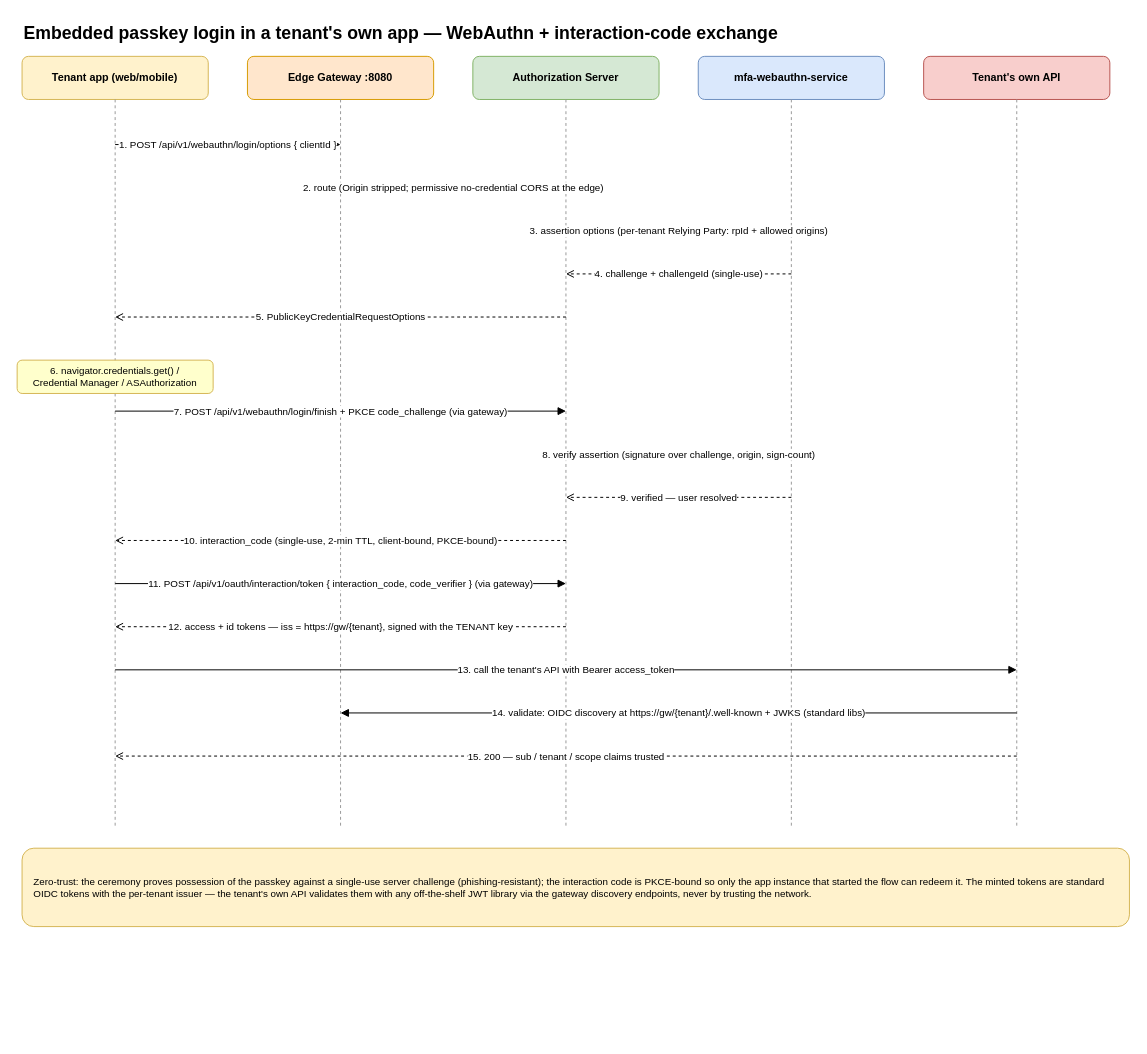
AegisIdentity/aegis-platform-docs keeps this draw.io diagram as architecture/diagrams/seq-embedded-passkey.drawio. Above is the earlier version. Source tidied: cells renumbered, new cells numbered last; positions are measured from the earlier drawing's top-left corner, leaving out a move shared by most shapes. Both pictures are drawn from the tidied source at 98%, with x=0, y=0 at pixel (17, 17).
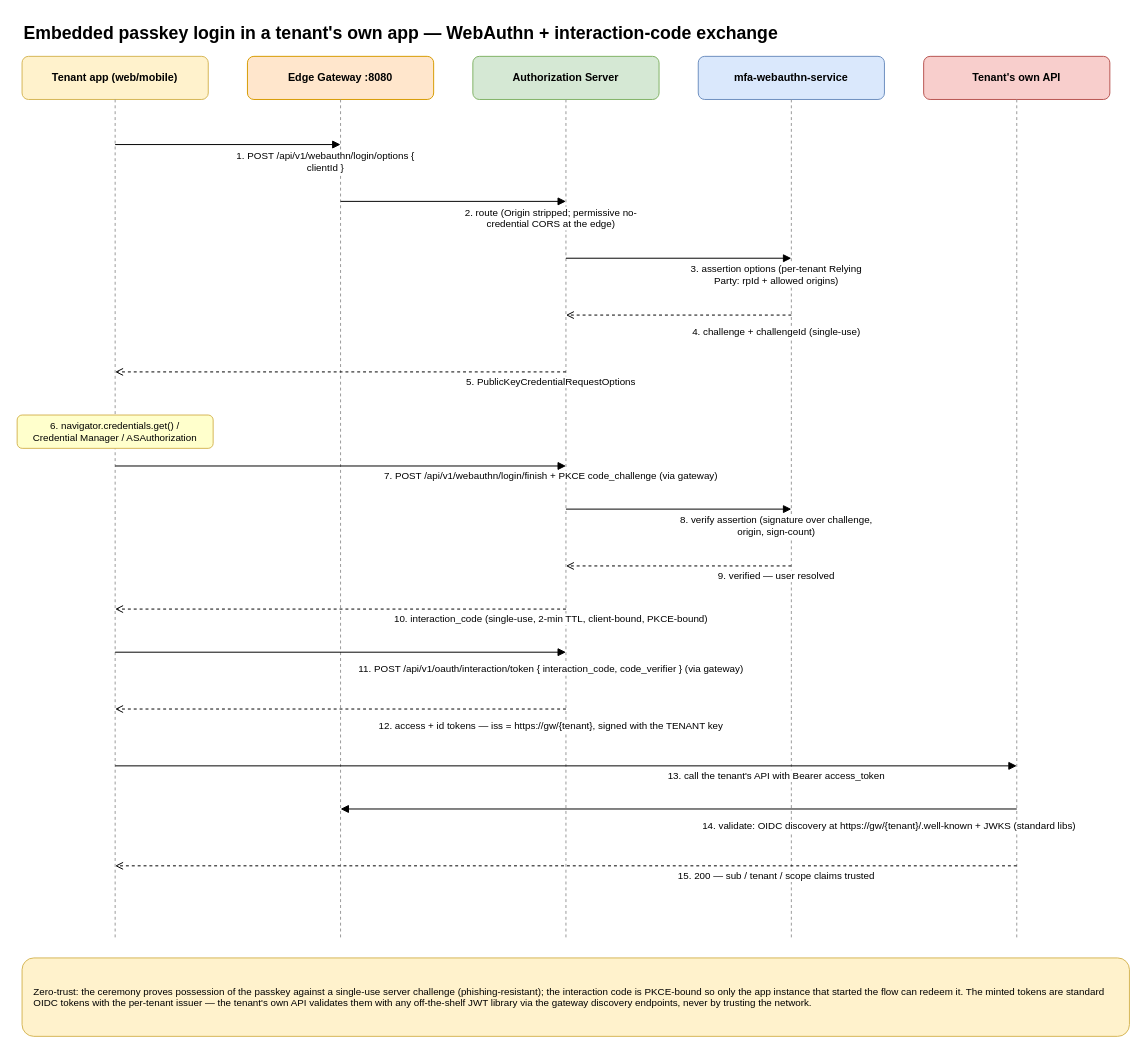
The same diagram, later.

The edit, as a diff of the source:
```diff
@@
     <mxCell id="4" style="endArrow=none;dashed=1;html=1;strokeColor=#999999;" parent="1" edge="1">
       <mxGeometry relative="1" as="geometry">
         <mxPoint x="100" y="84" as="sourcePoint" />
-        <mxPoint x="100" y="828" as="targetPoint" />
+        <mxPoint x="100" y="940" as="targetPoint" />
       </mxGeometry>
     </mxCell>
@@
     <mxCell id="6" style="endArrow=none;dashed=1;html=1;strokeColor=#999999;" parent="1" edge="1">
       <mxGeometry relative="1" as="geometry">
         <mxPoint x="330" y="84" as="sourcePoint" />
-        <mxPoint x="330" y="828" as="targetPoint" />
+        <mxPoint x="330" y="940" as="targetPoint" />
       </mxGeometry>
     </mxCell>
@@
     <mxCell id="8" style="endArrow=none;dashed=1;html=1;strokeColor=#999999;" parent="1" edge="1">
       <mxGeometry relative="1" as="geometry">
         <mxPoint x="560" y="84" as="sourcePoint" />
-        <mxPoint x="560" y="828" as="targetPoint" />
+        <mxPoint x="560" y="940" as="targetPoint" />
       </mxGeometry>
     </mxCell>
@@
     <mxCell id="10" style="endArrow=none;dashed=1;html=1;strokeColor=#999999;" parent="1" edge="1">
       <mxGeometry relative="1" as="geometry">
         <mxPoint x="790" y="84" as="sourcePoint" />
-        <mxPoint x="790" y="828" as="targetPoint" />
+        <mxPoint x="790" y="940" as="targetPoint" />
       </mxGeometry>
     </mxCell>
@@
     <mxCell id="12" style="endArrow=none;dashed=1;html=1;strokeColor=#999999;" parent="1" edge="1">
       <mxGeometry relative="1" as="geometry">
         <mxPoint x="1020" y="84" as="sourcePoint" />
-        <mxPoint x="1020" y="828" as="targetPoint" />
+        <mxPoint x="1020" y="940" as="targetPoint" />
       </mxGeometry>
     </mxCell>
-    <mxCell id="13" value="1. POST /api/v1/webauthn/login/options { clientId }" style="html=1;fontSize=10;endArrow=block;endFill=1;rounded=0;" parent="1" edge="1">
+    <mxCell id="13" style="html=1;fontSize=10;endArrow=block;endFill=1;rounded=0;" parent="1" edge="1">
       <mxGeometry relative="1" as="geometry">
         <mxPoint x="100" y="130" as="sourcePoint" />
         <mxPoint x="330" y="130" as="targetPoint" />
       </mxGeometry>
     </mxCell>
-    <mxCell id="14" value="2. route (Origin stripped; permissive no-credential CORS at the edge)" style="html=1;fontSize=10;endArrow=block;endFill=1;rounded=0;" parent="1" edge="1">
-      <mxGeometry relative="1" as="geometry">
-        <mxPoint x="330" y="174" as="sourcePoint" />
-        <mxPoint x="560" y="174" as="targetPoint" />
-      </mxGeometry>
+    <mxCell id="14" value="1. POST /api/v1/webauthn/login/options { clientId }" style="edgeLabel;html=1;align=center;verticalAlign=middle;whiteSpace=wrap;labelBackgroundColor=#FFFFFF;fontSize=10;" parent="13" vertex="1">
+      <mxGeometry width="200" height="34" relative="1" as="geometry" />
     </mxCell>
-    <mxCell id="15" value="3. assertion options (per-tenant Relying Party: rpId + allowed origins)" style="html=1;fontSize=10;endArrow=block;endFill=1;rounded=0;" parent="1" edge="1">
+    <mxCell id="15" style="html=1;fontSize=10;endArrow=block;endFill=1;rounded=0;" parent="1" edge="1">
       <mxGeometry relative="1" as="geometry">
-        <mxPoint x="560" y="218" as="sourcePoint" />
-        <mxPoint x="790" y="218" as="targetPoint" />
+        <mxPoint x="330" y="188" as="sourcePoint" />
+        <mxPoint x="560" y="188" as="targetPoint" />
       </mxGeometry>
     </mxCell>
-    <mxCell id="16" value="4. challenge + challengeId (single-use)" style="html=1;fontSize=10;endArrow=open;dashed=1;rounded=0;" parent="1" edge="1">
-      <mxGeometry relative="1" as="geometry">
-        <mxPoint x="790" y="262" as="sourcePoint" />
-        <mxPoint x="560" y="262" as="targetPoint" />
-      </mxGeometry>
+    <mxCell id="16" value="2. route (Origin stripped; permissive no-credential CORS at the edge)" style="edgeLabel;html=1;align=center;verticalAlign=middle;whiteSpace=wrap;labelBackgroundColor=#FFFFFF;fontSize=10;" parent="15" vertex="1">
+      <mxGeometry width="200" height="34" relative="1" as="geometry" />
     </mxCell>
-    <mxCell id="17" value="5. PublicKeyCredentialRequestOptions" style="html=1;fontSize=10;endArrow=open;dashed=1;rounded=0;" parent="1" edge="1">
+    <mxCell id="17" style="html=1;fontSize=10;endArrow=block;endFill=1;rounded=0;" parent="1" edge="1">
       <mxGeometry relative="1" as="geometry">
-        <mxPoint x="560" y="306" as="sourcePoint" />
-        <mxPoint x="100" y="306" as="targetPoint" />
+        <mxPoint x="560" y="246" as="sourcePoint" />
+        <mxPoint x="790" y="246" as="targetPoint" />
       </mxGeometry>
     </mxCell>
-    <mxCell id="18" value="6. navigator.credentials.get() /&#10;Credential Manager / ASAuthorization" style="rounded=1;whiteSpace=wrap;html=1;fontSize=10;fillColor=#FFFFCC;strokeColor=#D6B656;" parent="1" vertex="1">
-      <mxGeometry y="350" width="200" height="34" as="geometry" />
+    <mxCell id="18" value="3. assertion options (per-tenant Relying Party: rpId + allowed origins)" style="edgeLabel;html=1;align=center;verticalAlign=middle;whiteSpace=wrap;labelBackgroundColor=#FFFFFF;fontSize=10;" parent="17" vertex="1">
+      <mxGeometry width="200" height="34" relative="1" as="geometry" />
     </mxCell>
-    <mxCell id="19" value="7. POST /api/v1/webauthn/login/finish + PKCE code_challenge (via gateway)" style="html=1;fontSize=10;endArrow=block;endFill=1;rounded=0;" parent="1" edge="1">
+    <mxCell id="19" style="html=1;fontSize=10;endArrow=open;dashed=1;rounded=0;" parent="1" edge="1">
       <mxGeometry relative="1" as="geometry">
-        <mxPoint x="100" y="402" as="sourcePoint" />
-        <mxPoint x="560" y="402" as="targetPoint" />
+        <mxPoint x="790" y="304" as="sourcePoint" />
+        <mxPoint x="560" y="304" as="targetPoint" />
       </mxGeometry>
     </mxCell>
-    <mxCell id="20" value="8. verify assertion (signature over challenge, origin, sign-count)" style="html=1;fontSize=10;endArrow=block;endFill=1;rounded=0;" parent="1" edge="1">
-      <mxGeometry relative="1" as="geometry">
-        <mxPoint x="560" y="446" as="sourcePoint" />
-        <mxPoint x="790" y="446" as="targetPoint" />
-      </mxGeometry>
+    <mxCell id="20" value="4. challenge + challengeId (single-use)" style="edgeLabel;html=1;align=center;verticalAlign=middle;whiteSpace=wrap;labelBackgroundColor=#FFFFFF;fontSize=10;" parent="19" vertex="1">
+      <mxGeometry width="200" height="34" relative="1" as="geometry" />
     </mxCell>
-    <mxCell id="21" value="9. verified — user resolved" style="html=1;fontSize=10;endArrow=open;dashed=1;rounded=0;" parent="1" edge="1">
+    <mxCell id="21" style="html=1;fontSize=10;endArrow=open;dashed=1;rounded=0;" parent="1" edge="1">
       <mxGeometry relative="1" as="geometry">
-        <mxPoint x="790" y="490" as="sourcePoint" />
-        <mxPoint x="560" y="490" as="targetPoint" />
+        <mxPoint x="560" y="362" as="sourcePoint" />
+        <mxPoint x="100" y="362" as="targetPoint" />
       </mxGeometry>
     </mxCell>
-    <mxCell id="22" value="10. interaction_code (single-use, 2-min TTL, client-bound, PKCE-bound)" style="html=1;fontSize=10;endArrow=open;dashed=1;rounded=0;" parent="1" edge="1">
-      <mxGeometry relative="1" as="geometry">
-        <mxPoint x="560" y="534" as="sourcePoint" />
-        <mxPoint x="100" y="534" as="targetPoint" />
-      </mxGeometry>
+    <mxCell id="22" value="5. PublicKeyCredentialRequestOptions" style="edgeLabel;html=1;align=center;verticalAlign=middle;whiteSpace=wrap;labelBackgroundColor=#FFFFFF;fontSize=10;" parent="21" vertex="1">
+      <mxGeometry width="430" height="20" relative="1" as="geometry" />
     </mxCell>
-    <mxCell id="23" value="11. POST /api/v1/oauth/interaction/token { interaction_code, code_verifier } (via gateway)" style="html=1;fontSize=10;endArrow=block;endFill=1;rounded=0;" parent="1" edge="1">
-      <mxGeometry relative="1" as="geometry">
-        <mxPoint x="100" y="578" as="sourcePoint" />
-        <mxPoint x="560" y="578" as="targetPoint" />
-      </mxGeometry>
+    <mxCell id="23" value="6. navigator.credentials.get() /&#10;Credential Manager / ASAuthorization" style="rounded=1;whiteSpace=wrap;html=1;fontSize=10;fillColor=#FFFFCC;strokeColor=#D6B656;" parent="1" vertex="1">
+      <mxGeometry y="406" width="200" height="34" as="geometry" />
     </mxCell>
-    <mxCell id="24" value="12. access + id tokens — iss = https://gw/{tenant}, signed with the TENANT key" style="html=1;fontSize=10;endArrow=open;dashed=1;rounded=0;" parent="1" edge="1">
+    <mxCell id="24" style="html=1;fontSize=10;endArrow=block;endFill=1;rounded=0;" parent="1" edge="1">
       <mxGeometry relative="1" as="geometry">
-        <mxPoint x="560" y="622" as="sourcePoint" />
-        <mxPoint x="100" y="622" as="targetPoint" />
+        <mxPoint x="100" y="458" as="sourcePoint" />
+        <mxPoint x="560" y="458" as="targetPoint" />
       </mxGeometry>
     </mxCell>
-    <mxCell id="25" value="13. call the tenant's API with Bearer access_token" style="html=1;fontSize=10;endArrow=block;endFill=1;rounded=0;" parent="1" edge="1">
-      <mxGeometry relative="1" as="geometry">
-        <mxPoint x="100" y="666" as="sourcePoint" />
-        <mxPoint x="1020" y="666" as="targetPoint" />
-      </mxGeometry>
+    <mxCell id="25" value="7. POST /api/v1/webauthn/login/finish + PKCE code_challenge (via gateway)" style="edgeLabel;html=1;align=center;verticalAlign=middle;whiteSpace=wrap;labelBackgroundColor=#FFFFFF;fontSize=10;" parent="24" vertex="1">
+      <mxGeometry width="430" height="20" relative="1" as="geometry" />
     </mxCell>
-    <mxCell id="26" value="14. validate: OIDC discovery at https://gw/{tenant}/.well-known + JWKS (standard libs)" style="html=1;fontSize=10;endArrow=block;endFill=1;rounded=0;" parent="1" edge="1">
+    <mxCell id="26" style="html=1;fontSize=10;endArrow=block;endFill=1;rounded=0;" parent="1" edge="1">
       <mxGeometry relative="1" as="geometry">
-        <mxPoint x="1020" y="710" as="sourcePoint" />
-        <mxPoint x="330" y="710" as="targetPoint" />
+        <mxPoint x="560" y="502" as="sourcePoint" />
+        <mxPoint x="790" y="502" as="targetPoint" />
       </mxGeometry>
     </mxCell>
-    <mxCell id="27" value="15. 200 — sub / tenant / scope claims trusted" style="html=1;fontSize=10;endArrow=open;dashed=1;rounded=0;" parent="1" edge="1">
-      <mxGeometry relative="1" as="geometry">
-        <mxPoint x="1020" y="754" as="sourcePoint" />
-        <mxPoint x="100" y="754" as="targetPoint" />
-      </mxGeometry>
+    <mxCell id="27" value="8. verify assertion (signature over challenge, origin, sign-count)" style="edgeLabel;html=1;align=center;verticalAlign=middle;whiteSpace=wrap;labelBackgroundColor=#FFFFFF;fontSize=10;" parent="26" vertex="1">
+      <mxGeometry width="200" height="34" relative="1" as="geometry" />
     </mxCell>
-    <mxCell id="28" value="Zero-trust: the ceremony proves possession of the passkey against a single-use server challenge (phishing-resistant); the interaction code is PKCE-bound so only the app instance that started the flow can redeem it. The minted tokens are standard OIDC tokens with the per-tenant issuer — the tenant's own API validates them with any off-the-shelf JWT library via the gateway discovery endpoints, never by trusting the network." style="rounded=1;whiteSpace=wrap;html=1;fontSize=10;align=left;spacingLeft=8;spacing=4;fillColor=#FFF2CC;strokeColor=#D6B656;" parent="1" vertex="1">
-      <mxGeometry x="5" y="848" width="1130" height="80" as="geometry" />
+    <mxCell id="28" style="html=1;fontSize=10;endArrow=open;dashed=1;rounded=0;" parent="1" edge="1">
+      <mxGeometry relative="1" as="geometry">
+        <mxPoint x="790" y="560" as="sourcePoint" />
+        <mxPoint x="560" y="560" as="targetPoint" />
+      </mxGeometry>
     </mxCell>
+    <mxCell id="29" value="9. verified — user resolved" style="edgeLabel;html=1;align=center;verticalAlign=middle;whiteSpace=wrap;labelBackgroundColor=#FFFFFF;fontSize=10;" parent="28" vertex="1">
+      <mxGeometry width="200" height="20" relative="1" as="geometry" />
+    </mxCell>
+    <mxCell id="30" style="html=1;fontSize=10;endArrow=open;dashed=1;rounded=0;" parent="1" edge="1">
+      <mxGeometry relative="1" as="geometry">
+        <mxPoint x="560" y="604" as="sourcePoint" />
+        <mxPoint x="100" y="604" as="targetPoint" />
+      </mxGeometry>
+    </mxCell>
+    <mxCell id="31" value="10. interaction_code (single-use, 2-min TTL, client-bound, PKCE-bound)" style="edgeLabel;html=1;align=center;verticalAlign=middle;whiteSpace=wrap;labelBackgroundColor=#FFFFFF;fontSize=10;" parent="30" vertex="1">
+      <mxGeometry width="430" height="20" relative="1" as="geometry" />
+    </mxCell>
+    <mxCell id="32" style="html=1;fontSize=10;endArrow=block;endFill=1;rounded=0;" parent="1" edge="1">
+      <mxGeometry relative="1" as="geometry">
+        <mxPoint x="100" y="648" as="sourcePoint" />
+        <mxPoint x="560" y="648" as="targetPoint" />
+      </mxGeometry>
+    </mxCell>
+    <mxCell id="33" value="11. POST /api/v1/oauth/interaction/token { interaction_code, code_verifier } (via gateway)" style="edgeLabel;html=1;align=center;verticalAlign=middle;whiteSpace=wrap;labelBackgroundColor=#FFFFFF;fontSize=10;" parent="32" vertex="1">
+      <mxGeometry width="430" height="34" relative="1" as="geometry" />
+    </mxCell>
+    <mxCell id="34" style="html=1;fontSize=10;endArrow=open;dashed=1;rounded=0;" parent="1" edge="1">
+      <mxGeometry relative="1" as="geometry">
+        <mxPoint x="560" y="706" as="sourcePoint" />
+        <mxPoint x="100" y="706" as="targetPoint" />
+      </mxGeometry>
+    </mxCell>
+    <mxCell id="35" value="12. access + id tokens — iss = https://gw/{tenant}, signed with the TENANT key" style="edgeLabel;html=1;align=center;verticalAlign=middle;whiteSpace=wrap;labelBackgroundColor=#FFFFFF;fontSize=10;" parent="34" vertex="1">
+      <mxGeometry width="430" height="34" relative="1" as="geometry" />
+    </mxCell>
+    <mxCell id="36" style="html=1;fontSize=10;endArrow=block;endFill=1;rounded=0;" parent="1" edge="1">
+      <mxGeometry relative="1" as="geometry">
+        <mxPoint x="100" y="764" as="sourcePoint" />
+        <mxPoint x="1020" y="764" as="targetPoint" />
+      </mxGeometry>
+    </mxCell>
+    <mxCell id="37" value="13. call the tenant's API with Bearer access_token" style="edgeLabel;html=1;align=center;verticalAlign=middle;whiteSpace=wrap;labelBackgroundColor=#FFFFFF;fontSize=10;" parent="36" vertex="1">
+      <mxGeometry width="430" height="20" relative="1" as="geometry" />
+    </mxCell>
+    <mxCell id="38" style="html=1;fontSize=10;endArrow=block;endFill=1;rounded=0;" parent="1" edge="1">
+      <mxGeometry relative="1" as="geometry">
+        <mxPoint x="1020" y="808" as="sourcePoint" />
+        <mxPoint x="330" y="808" as="targetPoint" />
+      </mxGeometry>
+    </mxCell>
+    <mxCell id="39" value="14. validate: OIDC discovery at https://gw/{tenant}/.well-known + JWKS (standard libs)" style="edgeLabel;html=1;align=center;verticalAlign=middle;whiteSpace=wrap;labelBackgroundColor=#FFFFFF;fontSize=10;" parent="38" vertex="1">
+      <mxGeometry width="430" height="34" relative="1" as="geometry" />
+    </mxCell>
+    <mxCell id="40" style="html=1;fontSize=10;endArrow=open;dashed=1;rounded=0;" parent="1" edge="1">
+      <mxGeometry relative="1" as="geometry">
+        <mxPoint x="1020" y="866" as="sourcePoint" />
+        <mxPoint x="100" y="866" as="targetPoint" />
+      </mxGeometry>
+    </mxCell>
+    <mxCell id="41" value="15. 200 — sub / tenant / scope claims trusted" style="edgeLabel;html=1;align=center;verticalAlign=middle;whiteSpace=wrap;labelBackgroundColor=#FFFFFF;fontSize=10;" parent="40" vertex="1">
+      <mxGeometry width="430" height="20" relative="1" as="geometry" />
+    </mxCell>
+    <mxCell id="42" value="Zero-trust: the ceremony proves possession of the passkey against a single-use server challenge (phishing-resistant); the interaction code is PKCE-bound so only the app instance that started the flow can redeem it. The minted tokens are standard OIDC tokens with the per-tenant issuer — the tenant's own API validates them with any off-the-shelf JWT library via the gateway discovery endpoints, never by trusting the network." style="rounded=1;whiteSpace=wrap;html=1;fontSize=10;align=left;spacingLeft=8;spacing=4;fillColor=#FFF2CC;strokeColor=#D6B656;" parent="1" vertex="1">
+      <mxGeometry x="5" y="960" width="1130" height="80" as="geometry" />
+    </mxCell>
```
